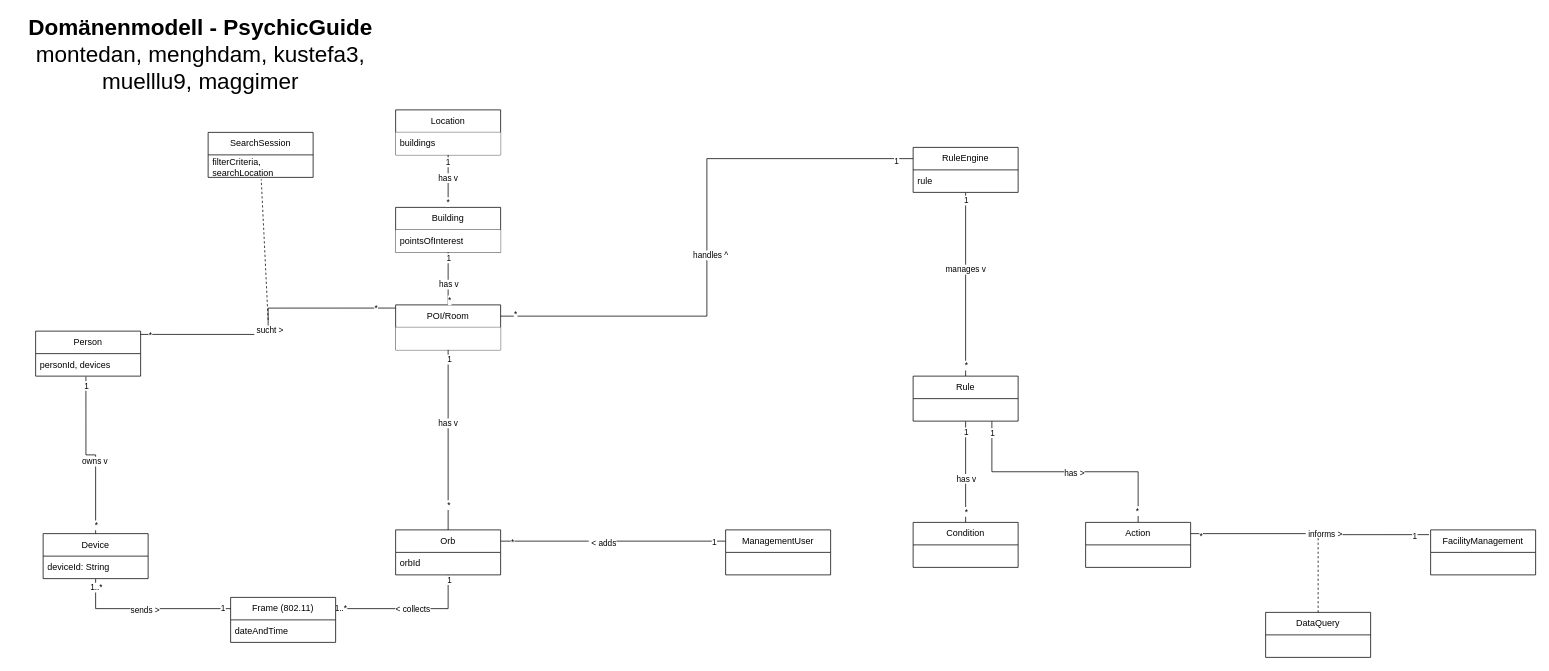
Before: PM3_domain_model.drawio in phyllomenous/PM3_DomainModel, a draw.io diagram. Source tidied: cells renumbered, new cells numbered last; positions are measured from the earlier drawing's top-left corner, leaving out a move shared by most shapes. Both pictures are drawn from the tidied source at 75%, with x=0, y=0 at pixel (13, 42).
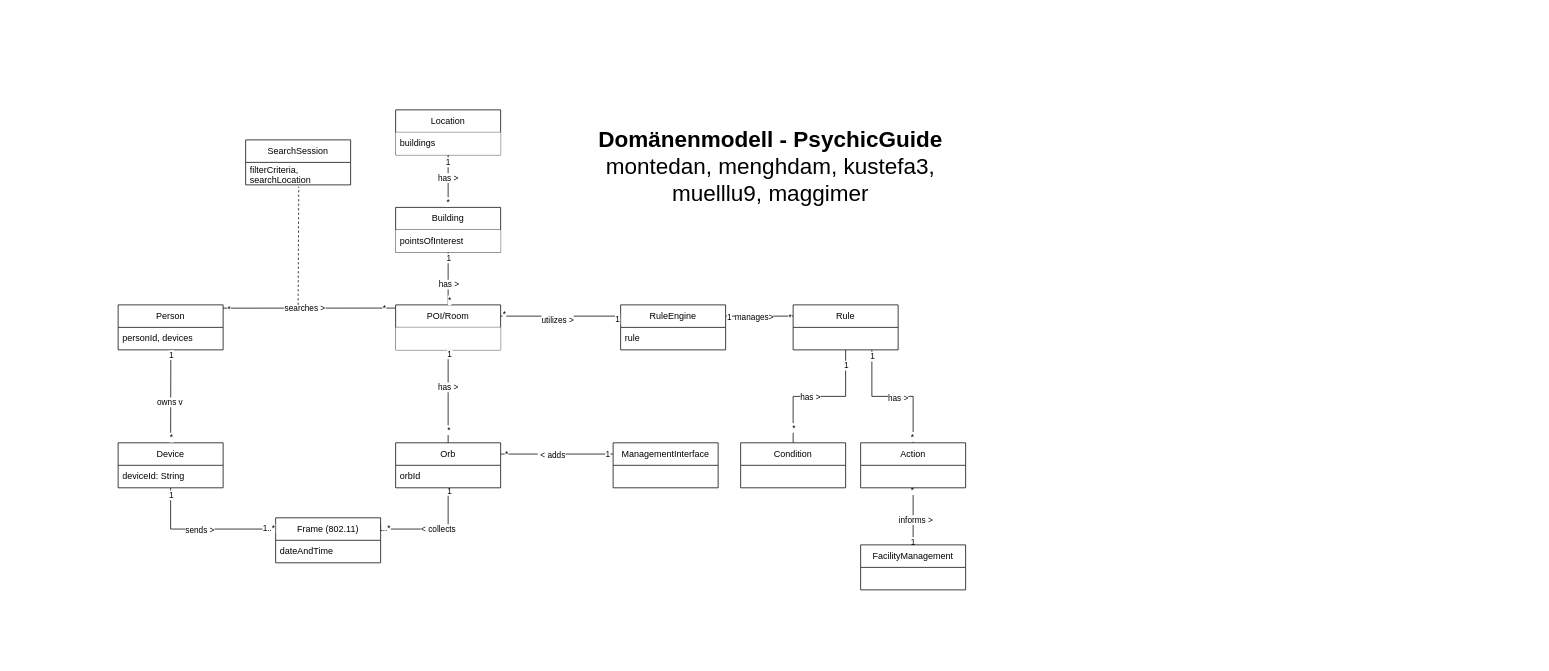
The same page after the edit.

The change refers to these unchanged cells:
```xml
<mxCell id="14" value="POI/Room" style="swimlane;fontStyle=0;horizontal=1;startSize=30;whiteSpace=wrap;html=1;swimlaneFillColor=default;" parent="1" vertex="1">
  <mxGeometry x="510" y="350" width="140" height="60" as="geometry" />
</mxCell>
<mxCell id="22" style="edgeStyle=orthogonalEdgeStyle;rounded=0;jettySize=auto;html=1;exitX=0.5;exitY=0;exitDx=0;exitDy=0;endArrow=none;endFill=0;" parent="1" edge="1" source="12" target="10">
  <mxGeometry relative="1" as="geometry" />
</mxCell>
<mxCell id="26" style="edgeStyle=orthogonalEdgeStyle;rounded=0;jettySize=auto;html=1;exitX=0.5;exitY=0;exitDx=0;exitDy=0;endArrow=none;endFill=0;" parent="1" edge="1" source="14" target="12">
  <mxGeometry relative="1" as="geometry" />
</mxCell>
<mxCell id="30" style="edgeStyle=orthogonalEdgeStyle;rounded=0;jettySize=auto;html=1;exitX=0.5;exitY=0;exitDx=0;exitDy=0;endArrow=none;endFill=0;" parent="1" edge="1" source="20" target="14">
  <mxGeometry relative="1" as="geometry" />
</mxCell>
<mxCell id="37" value="filterCriteria, searchLocation" style="text;strokeColor=none;fillColor=none;align=left;verticalAlign=middle;spacingLeft=4;spacingRight=4;overflow=hidden;points=[[0,0.5],[1,0.5]];portConstraint=eastwest;whiteSpace=wrap;html=1;" parent="36" vertex="1">
  <mxGeometry y="30" width="140" height="30" as="geometry" />
</mxCell>
<mxCell id="40" value="personId, devices" style="text;strokeColor=none;fillColor=none;align=left;verticalAlign=middle;spacingLeft=4;spacingRight=4;overflow=hidden;points=[[0,0.5],[1,0.5]];portConstraint=eastwest;whiteSpace=wrap;html=1;" parent="39" vertex="1">
  <mxGeometry y="30" width="140" height="30" as="geometry" />
</mxCell>
<mxCell id="41" style="edgeStyle=orthogonalEdgeStyle;rounded=0;jettySize=auto;html=1;exitX=0.5;exitY=1;exitDx=0;exitDy=0;entryX=0;entryY=0.25;entryDx=0;entryDy=0;endArrow=none;endFill=0;" parent="1" edge="1" source="45" target="34">
  <mxGeometry relative="1" as="geometry" />
</mxCell>
<mxCell id="62" style="edgeStyle=orthogonalEdgeStyle;rounded=0;jettySize=auto;html=1;exitX=0.5;exitY=1;exitDx=0;exitDy=0;entryX=0.5;entryY=0;entryDx=0;entryDy=0;endArrow=none;endFill=0;" parent="1" edge="1" source="70" target="78">
  <mxGeometry relative="1" as="geometry" />
</mxCell>
```

Diff of the diagram source:
```diff
@@
-    <mxCell id="2" style="edgeStyle=orthogonalEdgeStyle;rounded=0;jettySize=auto;html=1;exitX=0;exitY=0.25;exitDx=0;exitDy=0;entryX=1;entryY=0.25;entryDx=0;entryDy=0;endArrow=none;endFill=0;" parent="1" edge="1" source="51" target="20">
+    <mxCell id="2" style="rounded=0;jettySize=auto;html=1;exitX=0;exitY=0.25;exitDx=0;exitDy=0;entryX=1;entryY=0.25;entryDx=0;entryDy=0;endArrow=none;endFill=0;" parent="1" edge="1" source="51" target="20">
       <mxGeometry relative="1" as="geometry" />
     </mxCell>
@@
-    <mxCell id="6" style="edgeStyle=orthogonalEdgeStyle;rounded=0;jettySize=auto;html=1;exitX=0.993;exitY=0.073;exitDx=0;exitDy=0;entryX=0.001;entryY=0.071;entryDx=0;entryDy=0;entryPerimeter=0;endArrow=none;endFill=0;exitPerimeter=0;" parent="1" edge="1" source="39" target="14">
+    <mxCell id="6" style="rounded=0;jettySize=auto;html=1;exitX=0.993;exitY=0.073;exitDx=0;exitDy=0;entryX=0.001;entryY=0.071;entryDx=0;entryDy=0;entryPerimeter=0;endArrow=none;endFill=0;exitPerimeter=0;" parent="1" edge="1" source="39" target="14">
       <mxGeometry relative="1" as="geometry" />
     </mxCell>
-    <mxCell id="7" value="&amp;nbsp;sucht &amp;gt; " style="edgeLabel;html=1;align=center;verticalAlign=middle;" parent="6" vertex="1">
+    <mxCell id="7" value="searches &amp;gt;" style="edgeLabel;html=1;align=center;verticalAlign=middle;" parent="6" vertex="1">
       <mxGeometry x="-0.06" relative="1" as="geometry" />
     </mxCell>
@@
     <mxCell id="20" value="Orb" style="swimlane;fontStyle=0;horizontal=1;startSize=30;whiteSpace=wrap;html=1;swimlaneFillColor=default;" parent="1" vertex="1">
-      <mxGeometry x="510" y="650" width="140" height="60" as="geometry" />
+      <mxGeometry x="510" y="533.9" width="140" height="60" as="geometry" />
     </mxCell>
@@
-    <mxCell id="23" value="has v" style="edgeLabel;html=1;align=center;verticalAlign=middle;" parent="22" vertex="1">
+    <mxCell id="23" value="has &amp;gt;" style="edgeLabel;html=1;align=center;verticalAlign=middle;" parent="22" vertex="1">
       <mxGeometry x="0.14" y="1" relative="1" as="geometry" />
     </mxCell>
@@
-    <mxCell id="27" value="has v" style="edgeLabel;html=1;align=center;verticalAlign=middle;" parent="26" vertex="1">
+    <mxCell id="27" value="has &amp;gt;" style="edgeLabel;html=1;align=center;verticalAlign=middle;" parent="26" vertex="1">
       <mxGeometry x="-0.19" relative="1" as="geometry" />
     </mxCell>
@@
-    <mxCell id="31" value="has v" style="edgeLabel;html=1;align=center;verticalAlign=middle;" parent="30" vertex="1">
+    <mxCell id="31" value="has &amp;gt;" style="edgeLabel;html=1;align=center;verticalAlign=middle;" parent="30" vertex="1">
       <mxGeometry x="0.19" y="1" relative="1" as="geometry" />
     </mxCell>
@@
     <mxCell id="34" value="Frame (802.11)" style="swimlane;fontStyle=0;horizontal=1;startSize=30;whiteSpace=wrap;html=1;swimlaneFillColor=default;" parent="1" vertex="1">
-      <mxGeometry x="290" y="740" width="140" height="60" as="geometry" />
+      <mxGeometry x="350" y="633.9" width="140" height="60" as="geometry" />
     </mxCell>
@@
     <mxCell id="36" value="SearchSession" style="swimlane;fontStyle=0;horizontal=1;startSize=30;whiteSpace=wrap;html=1;swimlaneFillColor=default;" parent="1" vertex="1">
-      <mxGeometry x="260" y="120" width="140" height="60" as="geometry" />
+      <mxGeometry x="310" y="130" width="140" height="60" as="geometry" />
     </mxCell>
@@
     <mxCell id="38" style="endArrow=none;dashed=1;html=1;rounded=0;entryX=0.506;entryY=1.081;entryDx=0;entryDy=0;entryPerimeter=0;" parent="1" edge="1" target="37">
       <mxGeometry relative="1" as="geometry">
-        <mxPoint x="340" y="370" as="sourcePoint" />
+        <mxPoint x="380" y="350" as="sourcePoint" />
       </mxGeometry>
     </mxCell>
     <mxCell id="39" value="Person" style="swimlane;fontStyle=0;horizontal=1;startSize=30;whiteSpace=wrap;html=1;swimlaneFillColor=default;" parent="1" vertex="1">
-      <mxGeometry x="30" y="385" width="140" height="60" as="geometry" />
+      <mxGeometry x="140" y="350" width="140" height="60" as="geometry" />
     </mxCell>
@@
-    <mxCell id="43" value="1..*&lt;br&gt;" style="edgeLabel;html=1;align=center;verticalAlign=middle;" parent="41" vertex="1">
+    <mxCell id="43" value="1" style="edgeLabel;html=1;align=center;verticalAlign=middle;" parent="41" vertex="1">
       <mxGeometry x="-0.9" relative="1" as="geometry" />
     </mxCell>
-    <mxCell id="44" value="1" style="edgeLabel;html=1;align=center;verticalAlign=middle;" parent="41" vertex="1">
+    <mxCell id="44" value="1..* " style="edgeLabel;html=1;align=center;verticalAlign=middle;" parent="41" vertex="1">
       <mxGeometry x="0.9" y="1" relative="1" as="geometry" />
     </mxCell>
     <mxCell id="45" value="Device" style="swimlane;fontStyle=0;horizontal=1;startSize=30;whiteSpace=wrap;html=1;swimlaneFillColor=default;" parent="1" vertex="1">
-      <mxGeometry x="40" y="655" width="140" height="60" as="geometry" />
+      <mxGeometry x="140" y="533.9" width="140" height="60" as="geometry" />
     </mxCell>
@@
-    <mxCell id="47" style="edgeStyle=orthogonalEdgeStyle;rounded=0;jettySize=auto;html=1;exitX=0.5;exitY=0;exitDx=0;exitDy=0;endArrow=none;endFill=0;entryX=0.479;entryY=1.028;entryDx=0;entryDy=0;entryPerimeter=0;" parent="1" edge="1" source="45" target="40">
+    <mxCell id="47" style="rounded=0;jettySize=auto;html=1;exitX=0.5;exitY=0;exitDx=0;exitDy=0;endArrow=none;endFill=0;entryX=0.502;entryY=0.996;entryDx=0;entryDy=0;entryPerimeter=0;" parent="1" edge="1" source="45" target="40">
       <mxGeometry relative="1" as="geometry" />
     </mxCell>
@@
-    <mxCell id="51" value="ManagementUser" style="swimlane;fontStyle=0;horizontal=1;startSize=30;whiteSpace=wrap;html=1;swimlaneFillColor=default;" parent="1" vertex="1">
-      <mxGeometry x="950" y="650" width="140" height="60" as="geometry" />
+    <mxCell id="51" value="ManagementInterface" style="swimlane;fontStyle=0;horizontal=1;startSize=30;whiteSpace=wrap;html=1;swimlaneFillColor=default;" parent="1" vertex="1">
+      <mxGeometry x="800" y="533.9" width="140" height="60" as="geometry" />
     </mxCell>
-    <mxCell id="52" style="edgeStyle=orthogonalEdgeStyle;rounded=0;jettySize=auto;html=1;exitX=0.5;exitY=1;exitDx=0;exitDy=0;entryX=0.5;entryY=0;entryDx=0;entryDy=0;endArrow=none;endFill=0;" parent="1" edge="1" source="60" target="70">
+    <mxCell id="52" style="edgeStyle=orthogonalEdgeStyle;rounded=0;jettySize=auto;html=1;exitX=1;exitY=0.25;exitDx=0;exitDy=0;entryX=0;entryY=0.25;entryDx=0;entryDy=0;endArrow=none;endFill=0;" parent="1" edge="1" source="60" target="70">
       <mxGeometry relative="1" as="geometry" />
     </mxCell>
-    <mxCell id="53" value="manages v" style="edgeLabel;html=1;align=center;verticalAlign=middle;" parent="52" vertex="1">
+    <mxCell id="53" value="manages&amp;gt;" style="edgeLabel;html=1;align=center;verticalAlign=middle;" parent="52" vertex="1">
       <mxGeometry x="-0.17" y="-1" relative="1" as="geometry" />
     </mxCell>
@@
-    <mxCell id="56" style="edgeStyle=orthogonalEdgeStyle;rounded=0;jettySize=auto;html=1;exitX=1;exitY=0.25;exitDx=0;exitDy=0;entryX=-0.015;entryY=0.106;entryDx=0;entryDy=0;entryPerimeter=0;endArrow=none;endFill=0;" parent="1" edge="1" source="79" target="71">
+    <mxCell id="56" style="rounded=0;jettySize=auto;html=1;exitX=0.5;exitY=1;exitDx=0;exitDy=0;entryX=0.5;entryY=0;entryDx=0;entryDy=0;endArrow=none;endFill=0;" parent="1" edge="1" source="79" target="71">
       <mxGeometry relative="1" as="geometry" />
     </mxCell>
@@
     <mxCell id="60" value="RuleEngine" style="swimlane;fontStyle=0;horizontal=1;startSize=30;whiteSpace=wrap;html=1;swimlaneFillColor=default;" parent="1" vertex="1">
-      <mxGeometry x="1200" y="140" width="140" height="60" as="geometry" />
+      <mxGeometry x="810" y="350" width="140" height="60" as="geometry" />
     </mxCell>
@@
-    <mxCell id="63" value="has v" style="edgeLabel;html=1;align=center;verticalAlign=middle;" parent="62" vertex="1">
+    <mxCell id="63" value="has &amp;gt;" style="edgeLabel;html=1;align=center;verticalAlign=middle;" parent="62" vertex="1">
       <mxGeometry x="0.13" relative="1" as="geometry" />
     </mxCell>
@@
     <mxCell id="70" value="Rule" style="swimlane;fontStyle=0;horizontal=1;startSize=30;whiteSpace=wrap;html=1;swimlaneFillColor=default;" parent="1" vertex="1">
-      <mxGeometry x="1200" y="445" width="140" height="60" as="geometry" />
+      <mxGeometry x="1040" y="350" width="140" height="60" as="geometry" />
     </mxCell>
     <mxCell id="71" value="FacilityManagement" style="swimlane;fontStyle=0;horizontal=1;startSize=30;whiteSpace=wrap;html=1;swimlaneFillColor=default;" parent="1" vertex="1">
-      <mxGeometry x="1890" y="650" width="140" height="60" as="geometry" />
+      <mxGeometry x="1130" y="670" width="140" height="60" as="geometry" />
     </mxCell>
-    <mxCell id="72" value="DataQuery" style="swimlane;fontStyle=0;horizontal=1;startSize=30;whiteSpace=wrap;html=1;swimlaneFillColor=default;" parent="1" vertex="1">
-      <mxGeometry x="1670" y="760" width="140" height="60" as="geometry" />
-    </mxCell>
-    <mxCell id="73" style="endArrow=none;dashed=1;html=1;rounded=0;exitX=0.5;exitY=0;exitDx=0;exitDy=0;" parent="1" edge="1" source="72">
-      <mxGeometry relative="1" as="geometry">
-        <mxPoint x="1740" y="660" as="targetPoint" />
-      </mxGeometry>
-    </mxCell>
-    <mxCell id="74" style="edgeStyle=orthogonalEdgeStyle;rounded=0;jettySize=auto;html=1;exitX=1;exitY=0.25;exitDx=0;exitDy=0;entryX=0;entryY=0.25;entryDx=0;entryDy=0;endArrow=none;endFill=0;" parent="1" edge="1" source="14" target="60">
+    <mxCell id="74" style="rounded=0;jettySize=auto;html=1;exitX=1;exitY=0.25;exitDx=0;exitDy=0;entryX=0;entryY=0.25;entryDx=0;entryDy=0;endArrow=none;endFill=0;" parent="1" edge="1" source="14" target="60">
       <mxGeometry relative="1" as="geometry" />
     </mxCell>
-    <mxCell id="75" value="handles ^" style="edgeLabel;html=1;align=center;verticalAlign=middle;" parent="74" vertex="1">
+    <mxCell id="75" value="utilizes &amp;gt;" style="edgeLabel;html=1;align=center;verticalAlign=middle;" parent="74" vertex="1">
       <mxGeometry x="-0.06" y="-4" relative="1" as="geometry" />
     </mxCell>
@@
     <mxCell id="78" value="Condition" style="swimlane;fontStyle=0;horizontal=1;startSize=30;whiteSpace=wrap;html=1;swimlaneFillColor=default;" parent="1" vertex="1">
-      <mxGeometry x="1200" y="640" width="140" height="60" as="geometry" />
+      <mxGeometry x="970" y="533.9" width="140" height="60" as="geometry" />
     </mxCell>
-    <mxCell id="79" value="Action" style="swimlane;fontStyle=0;horizontal=1;startSize=30;whiteSpace=wrap;html=1;" parent="1" vertex="1">
-      <mxGeometry x="1430" y="640" width="140" height="60" as="geometry" />
+    <mxCell id="79" value="Action" style="swimlane;fontStyle=0;horizontal=1;startSize=30;whiteSpace=wrap;html=1;swimlaneFillColor=default;" parent="1" vertex="1">
+      <mxGeometry x="1130" y="533.9" width="140" height="60" as="geometry" />
     </mxCell>
     <mxCell id="80" value="&lt;div style=&quot;font-size: 30px;&quot;&gt;&lt;font style=&quot;font-size: 30px;&quot;&gt;&lt;b&gt;Domänenmodell - PsychicGuide&lt;/b&gt;&lt;br&gt;&lt;/font&gt;&lt;/div&gt;&lt;div style=&quot;font-size: 30px;&quot;&gt;&lt;font style=&quot;font-size: 30px;&quot;&gt;montedan, menghdam, kustefa3, muelllu9, maggimer&lt;br&gt;&lt;/font&gt;&lt;/div&gt;" style="text;html=1;strokeColor=none;fillColor=none;align=center;verticalAlign=middle;whiteSpace=wrap;rounded=0;" parent="1" vertex="1">
-      <mxGeometry width="500" height="30" as="geometry" />
+      <mxGeometry x="760" y="150" width="500" height="30" as="geometry" />
     </mxCell>
```
